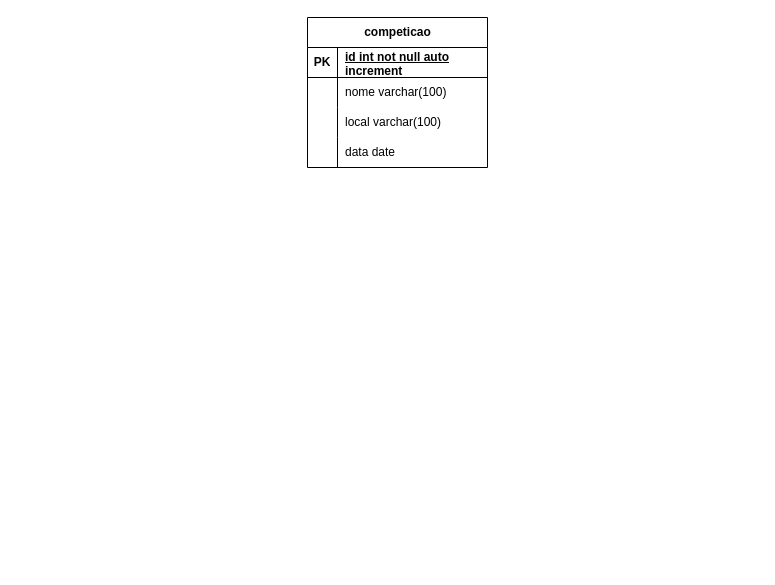
The draw.io diagram Atividades/CompeteSync/competesync.drawio in samueldelorenzi/BancoDeDadosII, before the edit. Source tidied: cells renumbered, new cells numbered last; positions are measured from the earlier drawing's top-left corner, leaving out a move shared by most shapes. Both pictures are drawn from the tidied source at 100%, with x=0, y=0 at pixel (307, 17).
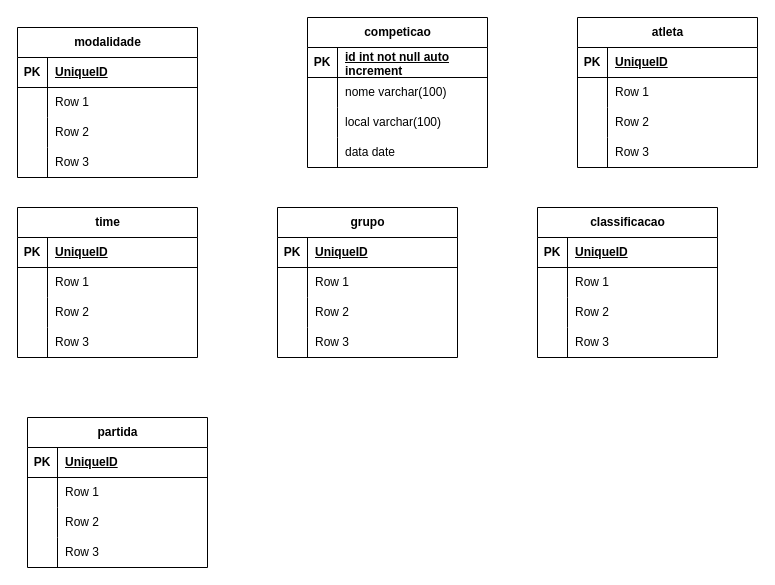
Above is the later version.

The edit, as a diff of the source:
```diff
@@
+    <mxCell id="15" value="modalidade" style="shape=table;startSize=30;childLayout=tableLayout;rowLines=0;fontStyle=1;align=center;html=1;" parent="1" vertex="1">
+      <mxGeometry x="-290" y="10" width="180" height="150" as="geometry" />
+    </mxCell>
+    <mxCell id="16" style="shape=tableRow;horizontal=0;startSize=0;swimlaneHead=0;swimlaneBody=0;fillColor=none;top=0;left=0;right=0;bottom=1;" parent="15" vertex="1">
+      <mxGeometry y="30" width="180" height="30" as="geometry" />
+    </mxCell>
+    <mxCell id="17" value="PK" style="shape=partialRectangle;fillColor=none;top=0;left=0;bottom=0;right=0;fontStyle=1;overflow=hidden;whiteSpace=wrap;html=1;" parent="16" vertex="1">
+      <mxGeometry width="30" height="30" as="geometry" />
+    </mxCell>
+    <mxCell id="18" value="UniqueID" style="shape=partialRectangle;fillColor=none;top=0;left=0;bottom=0;right=0;align=left;spacingLeft=6;fontStyle=5;overflow=hidden;whiteSpace=wrap;html=1;" parent="16" vertex="1">
+      <mxGeometry x="30" width="150" height="30" as="geometry" />
+    </mxCell>
+    <mxCell id="19" style="shape=tableRow;horizontal=0;startSize=0;swimlaneHead=0;swimlaneBody=0;fillColor=none;top=0;left=0;right=0;bottom=0;" parent="15" vertex="1">
+      <mxGeometry y="60" width="180" height="30" as="geometry" />
+    </mxCell>
+    <mxCell id="20" style="shape=partialRectangle;fillColor=none;top=0;left=0;bottom=0;right=0;overflow=hidden;whiteSpace=wrap;html=1;" parent="19" vertex="1">
+      <mxGeometry width="30" height="30" as="geometry" />
+    </mxCell>
+    <mxCell id="21" value="Row 1" style="shape=partialRectangle;fillColor=none;top=0;left=0;bottom=0;right=0;align=left;spacingLeft=6;overflow=hidden;whiteSpace=wrap;html=1;" parent="19" vertex="1">
+      <mxGeometry x="30" width="150" height="30" as="geometry" />
+    </mxCell>
+    <mxCell id="22" style="shape=tableRow;horizontal=0;startSize=0;swimlaneHead=0;swimlaneBody=0;fillColor=none;top=0;left=0;right=0;bottom=0;" parent="15" vertex="1">
+      <mxGeometry y="90" width="180" height="30" as="geometry" />
+    </mxCell>
+    <mxCell id="23" style="shape=partialRectangle;fillColor=none;top=0;left=0;bottom=0;right=0;overflow=hidden;whiteSpace=wrap;html=1;" parent="22" vertex="1">
+      <mxGeometry width="30" height="30" as="geometry" />
+    </mxCell>
+    <mxCell id="24" value="Row 2" style="shape=partialRectangle;fillColor=none;top=0;left=0;bottom=0;right=0;align=left;spacingLeft=6;overflow=hidden;whiteSpace=wrap;html=1;" parent="22" vertex="1">
+      <mxGeometry x="30" width="150" height="30" as="geometry" />
+    </mxCell>
+    <mxCell id="25" style="shape=tableRow;horizontal=0;startSize=0;swimlaneHead=0;swimlaneBody=0;fillColor=none;top=0;left=0;right=0;bottom=0;" parent="15" vertex="1">
+      <mxGeometry y="120" width="180" height="30" as="geometry" />
+    </mxCell>
+    <mxCell id="26" style="shape=partialRectangle;fillColor=none;top=0;left=0;bottom=0;right=0;overflow=hidden;whiteSpace=wrap;html=1;" parent="25" vertex="1">
+      <mxGeometry width="30" height="30" as="geometry" />
+    </mxCell>
+    <mxCell id="27" value="Row 3" style="shape=partialRectangle;fillColor=none;top=0;left=0;bottom=0;right=0;align=left;spacingLeft=6;overflow=hidden;whiteSpace=wrap;html=1;" parent="25" vertex="1">
+      <mxGeometry x="30" width="150" height="30" as="geometry" />
+    </mxCell>
+    <mxCell id="28" value="time" style="shape=table;startSize=30;childLayout=tableLayout;rowLines=0;fontStyle=1;align=center;html=1;" parent="1" vertex="1">
+      <mxGeometry x="-290" y="190" width="180" height="150" as="geometry" />
+    </mxCell>
+    <mxCell id="29" style="shape=tableRow;horizontal=0;startSize=0;swimlaneHead=0;swimlaneBody=0;fillColor=none;top=0;left=0;right=0;bottom=1;" parent="28" vertex="1">
+      <mxGeometry y="30" width="180" height="30" as="geometry" />
+    </mxCell>
+    <mxCell id="30" value="PK" style="shape=partialRectangle;fillColor=none;top=0;left=0;bottom=0;right=0;fontStyle=1;overflow=hidden;whiteSpace=wrap;html=1;" parent="29" vertex="1">
+      <mxGeometry width="30" height="30" as="geometry" />
+    </mxCell>
+    <mxCell id="31" value="UniqueID" style="shape=partialRectangle;fillColor=none;top=0;left=0;bottom=0;right=0;align=left;spacingLeft=6;fontStyle=5;overflow=hidden;whiteSpace=wrap;html=1;" parent="29" vertex="1">
+      <mxGeometry x="30" width="150" height="30" as="geometry" />
+    </mxCell>
+    <mxCell id="32" style="shape=tableRow;horizontal=0;startSize=0;swimlaneHead=0;swimlaneBody=0;fillColor=none;top=0;left=0;right=0;bottom=0;" parent="28" vertex="1">
+      <mxGeometry y="60" width="180" height="30" as="geometry" />
+    </mxCell>
+    <mxCell id="33" style="shape=partialRectangle;fillColor=none;top=0;left=0;bottom=0;right=0;overflow=hidden;whiteSpace=wrap;html=1;" parent="32" vertex="1">
+      <mxGeometry width="30" height="30" as="geometry" />
+    </mxCell>
+    <mxCell id="34" value="Row 1" style="shape=partialRectangle;fillColor=none;top=0;left=0;bottom=0;right=0;align=left;spacingLeft=6;overflow=hidden;whiteSpace=wrap;html=1;" parent="32" vertex="1">
+      <mxGeometry x="30" width="150" height="30" as="geometry" />
+    </mxCell>
+    <mxCell id="35" style="shape=tableRow;horizontal=0;startSize=0;swimlaneHead=0;swimlaneBody=0;fillColor=none;top=0;left=0;right=0;bottom=0;" parent="28" vertex="1">
+      <mxGeometry y="90" width="180" height="30" as="geometry" />
+    </mxCell>
+    <mxCell id="36" style="shape=partialRectangle;fillColor=none;top=0;left=0;bottom=0;right=0;overflow=hidden;whiteSpace=wrap;html=1;" parent="35" vertex="1">
+      <mxGeometry width="30" height="30" as="geometry" />
+    </mxCell>
+    <mxCell id="37" value="Row 2" style="shape=partialRectangle;fillColor=none;top=0;left=0;bottom=0;right=0;align=left;spacingLeft=6;overflow=hidden;whiteSpace=wrap;html=1;" parent="35" vertex="1">
+      <mxGeometry x="30" width="150" height="30" as="geometry" />
+    </mxCell>
+    <mxCell id="38" style="shape=tableRow;horizontal=0;startSize=0;swimlaneHead=0;swimlaneBody=0;fillColor=none;top=0;left=0;right=0;bottom=0;" parent="28" vertex="1">
+      <mxGeometry y="120" width="180" height="30" as="geometry" />
+    </mxCell>
+    <mxCell id="39" style="shape=partialRectangle;fillColor=none;top=0;left=0;bottom=0;right=0;overflow=hidden;whiteSpace=wrap;html=1;" parent="38" vertex="1">
+      <mxGeometry width="30" height="30" as="geometry" />
+    </mxCell>
+    <mxCell id="40" value="Row 3" style="shape=partialRectangle;fillColor=none;top=0;left=0;bottom=0;right=0;align=left;spacingLeft=6;overflow=hidden;whiteSpace=wrap;html=1;" parent="38" vertex="1">
+      <mxGeometry x="30" width="150" height="30" as="geometry" />
+    </mxCell>
+    <mxCell id="41" value="atleta" style="shape=table;startSize=30;childLayout=tableLayout;rowLines=0;fontStyle=1;align=center;html=1;" parent="1" vertex="1">
+      <mxGeometry x="270" width="180" height="150" as="geometry" />
+    </mxCell>
+    <mxCell id="42" style="shape=tableRow;horizontal=0;startSize=0;swimlaneHead=0;swimlaneBody=0;fillColor=none;top=0;left=0;right=0;bottom=1;" parent="41" vertex="1">
+      <mxGeometry y="30" width="180" height="30" as="geometry" />
+    </mxCell>
+    <mxCell id="43" value="PK" style="shape=partialRectangle;fillColor=none;top=0;left=0;bottom=0;right=0;fontStyle=1;overflow=hidden;whiteSpace=wrap;html=1;" parent="42" vertex="1">
+      <mxGeometry width="30" height="30" as="geometry" />
+    </mxCell>
+    <mxCell id="44" value="UniqueID" style="shape=partialRectangle;fillColor=none;top=0;left=0;bottom=0;right=0;align=left;spacingLeft=6;fontStyle=5;overflow=hidden;whiteSpace=wrap;html=1;" parent="42" vertex="1">
+      <mxGeometry x="30" width="150" height="30" as="geometry" />
+    </mxCell>
+    <mxCell id="45" style="shape=tableRow;horizontal=0;startSize=0;swimlaneHead=0;swimlaneBody=0;fillColor=none;top=0;left=0;right=0;bottom=0;" parent="41" vertex="1">
+      <mxGeometry y="60" width="180" height="30" as="geometry" />
+    </mxCell>
+    <mxCell id="46" style="shape=partialRectangle;fillColor=none;top=0;left=0;bottom=0;right=0;overflow=hidden;whiteSpace=wrap;html=1;" parent="45" vertex="1">
+      <mxGeometry width="30" height="30" as="geometry" />
+    </mxCell>
+    <mxCell id="47" value="Row 1" style="shape=partialRectangle;fillColor=none;top=0;left=0;bottom=0;right=0;align=left;spacingLeft=6;overflow=hidden;whiteSpace=wrap;html=1;" parent="45" vertex="1">
+      <mxGeometry x="30" width="150" height="30" as="geometry" />
+    </mxCell>
+    <mxCell id="48" style="shape=tableRow;horizontal=0;startSize=0;swimlaneHead=0;swimlaneBody=0;fillColor=none;top=0;left=0;right=0;bottom=0;" parent="41" vertex="1">
+      <mxGeometry y="90" width="180" height="30" as="geometry" />
+    </mxCell>
+    <mxCell id="49" style="shape=partialRectangle;fillColor=none;top=0;left=0;bottom=0;right=0;overflow=hidden;whiteSpace=wrap;html=1;" parent="48" vertex="1">
+      <mxGeometry width="30" height="30" as="geometry" />
+    </mxCell>
+    <mxCell id="50" value="Row 2" style="shape=partialRectangle;fillColor=none;top=0;left=0;bottom=0;right=0;align=left;spacingLeft=6;overflow=hidden;whiteSpace=wrap;html=1;" parent="48" vertex="1">
+      <mxGeometry x="30" width="150" height="30" as="geometry" />
+    </mxCell>
+    <mxCell id="51" style="shape=tableRow;horizontal=0;startSize=0;swimlaneHead=0;swimlaneBody=0;fillColor=none;top=0;left=0;right=0;bottom=0;" parent="41" vertex="1">
+      <mxGeometry y="120" width="180" height="30" as="geometry" />
+    </mxCell>
+    <mxCell id="52" style="shape=partialRectangle;fillColor=none;top=0;left=0;bottom=0;right=0;overflow=hidden;whiteSpace=wrap;html=1;" parent="51" vertex="1">
+      <mxGeometry width="30" height="30" as="geometry" />
+    </mxCell>
+    <mxCell id="53" value="Row 3" style="shape=partialRectangle;fillColor=none;top=0;left=0;bottom=0;right=0;align=left;spacingLeft=6;overflow=hidden;whiteSpace=wrap;html=1;" parent="51" vertex="1">
+      <mxGeometry x="30" width="150" height="30" as="geometry" />
+    </mxCell>
+    <mxCell id="54" value="grupo" style="shape=table;startSize=30;childLayout=tableLayout;rowLines=0;fontStyle=1;align=center;html=1;" parent="1" vertex="1">
+      <mxGeometry x="-30" y="190" width="180" height="150" as="geometry" />
+    </mxCell>
+    <mxCell id="55" style="shape=tableRow;horizontal=0;startSize=0;swimlaneHead=0;swimlaneBody=0;fillColor=none;top=0;left=0;right=0;bottom=1;" parent="54" vertex="1">
+      <mxGeometry y="30" width="180" height="30" as="geometry" />
+    </mxCell>
+    <mxCell id="56" value="PK" style="shape=partialRectangle;fillColor=none;top=0;left=0;bottom=0;right=0;fontStyle=1;overflow=hidden;whiteSpace=wrap;html=1;" parent="55" vertex="1">
+      <mxGeometry width="30" height="30" as="geometry" />
+    </mxCell>
+    <mxCell id="57" value="UniqueID" style="shape=partialRectangle;fillColor=none;top=0;left=0;bottom=0;right=0;align=left;spacingLeft=6;fontStyle=5;overflow=hidden;whiteSpace=wrap;html=1;" parent="55" vertex="1">
+      <mxGeometry x="30" width="150" height="30" as="geometry" />
+    </mxCell>
+    <mxCell id="58" style="shape=tableRow;horizontal=0;startSize=0;swimlaneHead=0;swimlaneBody=0;fillColor=none;top=0;left=0;right=0;bottom=0;" parent="54" vertex="1">
+      <mxGeometry y="60" width="180" height="30" as="geometry" />
+    </mxCell>
+    <mxCell id="59" style="shape=partialRectangle;fillColor=none;top=0;left=0;bottom=0;right=0;overflow=hidden;whiteSpace=wrap;html=1;" parent="58" vertex="1">
+      <mxGeometry width="30" height="30" as="geometry" />
+    </mxCell>
+    <mxCell id="60" value="Row 1" style="shape=partialRectangle;fillColor=none;top=0;left=0;bottom=0;right=0;align=left;spacingLeft=6;overflow=hidden;whiteSpace=wrap;html=1;" parent="58" vertex="1">
+      <mxGeometry x="30" width="150" height="30" as="geometry" />
+    </mxCell>
+    <mxCell id="61" style="shape=tableRow;horizontal=0;startSize=0;swimlaneHead=0;swimlaneBody=0;fillColor=none;top=0;left=0;right=0;bottom=0;" parent="54" vertex="1">
+      <mxGeometry y="90" width="180" height="30" as="geometry" />
+    </mxCell>
+    <mxCell id="62" style="shape=partialRectangle;fillColor=none;top=0;left=0;bottom=0;right=0;overflow=hidden;whiteSpace=wrap;html=1;" parent="61" vertex="1">
+      <mxGeometry width="30" height="30" as="geometry" />
+    </mxCell>
+    <mxCell id="63" value="Row 2" style="shape=partialRectangle;fillColor=none;top=0;left=0;bottom=0;right=0;align=left;spacingLeft=6;overflow=hidden;whiteSpace=wrap;html=1;" parent="61" vertex="1">
+      <mxGeometry x="30" width="150" height="30" as="geometry" />
+    </mxCell>
+    <mxCell id="64" style="shape=tableRow;horizontal=0;startSize=0;swimlaneHead=0;swimlaneBody=0;fillColor=none;top=0;left=0;right=0;bottom=0;" parent="54" vertex="1">
+      <mxGeometry y="120" width="180" height="30" as="geometry" />
+    </mxCell>
+    <mxCell id="65" style="shape=partialRectangle;fillColor=none;top=0;left=0;bottom=0;right=0;overflow=hidden;whiteSpace=wrap;html=1;" parent="64" vertex="1">
+      <mxGeometry width="30" height="30" as="geometry" />
+    </mxCell>
+    <mxCell id="66" value="Row 3" style="shape=partialRectangle;fillColor=none;top=0;left=0;bottom=0;right=0;align=left;spacingLeft=6;overflow=hidden;whiteSpace=wrap;html=1;" parent="64" vertex="1">
+      <mxGeometry x="30" width="150" height="30" as="geometry" />
+    </mxCell>
+    <mxCell id="67" value="classificacao" style="shape=table;startSize=30;childLayout=tableLayout;rowLines=0;fontStyle=1;align=center;html=1;" parent="1" vertex="1">
+      <mxGeometry x="230" y="190" width="180" height="150" as="geometry" />
+    </mxCell>
+    <mxCell id="68" style="shape=tableRow;horizontal=0;startSize=0;swimlaneHead=0;swimlaneBody=0;fillColor=none;top=0;left=0;right=0;bottom=1;" parent="67" vertex="1">
+      <mxGeometry y="30" width="180" height="30" as="geometry" />
+    </mxCell>
+    <mxCell id="69" value="PK" style="shape=partialRectangle;fillColor=none;top=0;left=0;bottom=0;right=0;fontStyle=1;overflow=hidden;whiteSpace=wrap;html=1;" parent="68" vertex="1">
+      <mxGeometry width="30" height="30" as="geometry" />
+    </mxCell>
+    <mxCell id="70" value="UniqueID" style="shape=partialRectangle;fillColor=none;top=0;left=0;bottom=0;right=0;align=left;spacingLeft=6;fontStyle=5;overflow=hidden;whiteSpace=wrap;html=1;" parent="68" vertex="1">
+      <mxGeometry x="30" width="150" height="30" as="geometry" />
+    </mxCell>
+    <mxCell id="71" style="shape=tableRow;horizontal=0;startSize=0;swimlaneHead=0;swimlaneBody=0;fillColor=none;top=0;left=0;right=0;bottom=0;" parent="67" vertex="1">
+      <mxGeometry y="60" width="180" height="30" as="geometry" />
+    </mxCell>
+    <mxCell id="72" style="shape=partialRectangle;fillColor=none;top=0;left=0;bottom=0;right=0;overflow=hidden;whiteSpace=wrap;html=1;" parent="71" vertex="1">
+      <mxGeometry width="30" height="30" as="geometry" />
+    </mxCell>
+    <mxCell id="73" value="Row 1" style="shape=partialRectangle;fillColor=none;top=0;left=0;bottom=0;right=0;align=left;spacingLeft=6;overflow=hidden;whiteSpace=wrap;html=1;" parent="71" vertex="1">
+      <mxGeometry x="30" width="150" height="30" as="geometry" />
+    </mxCell>
+    <mxCell id="74" style="shape=tableRow;horizontal=0;startSize=0;swimlaneHead=0;swimlaneBody=0;fillColor=none;top=0;left=0;right=0;bottom=0;" parent="67" vertex="1">
+      <mxGeometry y="90" width="180" height="30" as="geometry" />
+    </mxCell>
+    <mxCell id="75" style="shape=partialRectangle;fillColor=none;top=0;left=0;bottom=0;right=0;overflow=hidden;whiteSpace=wrap;html=1;" parent="74" vertex="1">
+      <mxGeometry width="30" height="30" as="geometry" />
+    </mxCell>
+    <mxCell id="76" value="Row 2" style="shape=partialRectangle;fillColor=none;top=0;left=0;bottom=0;right=0;align=left;spacingLeft=6;overflow=hidden;whiteSpace=wrap;html=1;" parent="74" vertex="1">
+      <mxGeometry x="30" width="150" height="30" as="geometry" />
+    </mxCell>
+    <mxCell id="77" style="shape=tableRow;horizontal=0;startSize=0;swimlaneHead=0;swimlaneBody=0;fillColor=none;top=0;left=0;right=0;bottom=0;" parent="67" vertex="1">
+      <mxGeometry y="120" width="180" height="30" as="geometry" />
+    </mxCell>
+    <mxCell id="78" style="shape=partialRectangle;fillColor=none;top=0;left=0;bottom=0;right=0;overflow=hidden;whiteSpace=wrap;html=1;" parent="77" vertex="1">
+      <mxGeometry width="30" height="30" as="geometry" />
+    </mxCell>
+    <mxCell id="79" value="Row 3" style="shape=partialRectangle;fillColor=none;top=0;left=0;bottom=0;right=0;align=left;spacingLeft=6;overflow=hidden;whiteSpace=wrap;html=1;" parent="77" vertex="1">
+      <mxGeometry x="30" width="150" height="30" as="geometry" />
+    </mxCell>
+    <mxCell id="80" value="partida" style="shape=table;startSize=30;childLayout=tableLayout;rowLines=0;fontStyle=1;align=center;html=1;" parent="1" vertex="1">
+      <mxGeometry x="-280" y="400" width="180" height="150" as="geometry" />
+    </mxCell>
+    <mxCell id="81" style="shape=tableRow;horizontal=0;startSize=0;swimlaneHead=0;swimlaneBody=0;fillColor=none;top=0;left=0;right=0;bottom=1;" parent="80" vertex="1">
+      <mxGeometry y="30" width="180" height="30" as="geometry" />
+    </mxCell>
+    <mxCell id="82" value="PK" style="shape=partialRectangle;fillColor=none;top=0;left=0;bottom=0;right=0;fontStyle=1;overflow=hidden;whiteSpace=wrap;html=1;" parent="81" vertex="1">
+      <mxGeometry width="30" height="30" as="geometry" />
+    </mxCell>
+    <mxCell id="83" value="UniqueID" style="shape=partialRectangle;fillColor=none;top=0;left=0;bottom=0;right=0;align=left;spacingLeft=6;fontStyle=5;overflow=hidden;whiteSpace=wrap;html=1;" parent="81" vertex="1">
+      <mxGeometry x="30" width="150" height="30" as="geometry" />
+    </mxCell>
+    <mxCell id="84" style="shape=tableRow;horizontal=0;startSize=0;swimlaneHead=0;swimlaneBody=0;fillColor=none;top=0;left=0;right=0;bottom=0;" parent="80" vertex="1">
+      <mxGeometry y="60" width="180" height="30" as="geometry" />
+    </mxCell>
+    <mxCell id="85" style="shape=partialRectangle;fillColor=none;top=0;left=0;bottom=0;right=0;overflow=hidden;whiteSpace=wrap;html=1;" parent="84" vertex="1">
+      <mxGeometry width="30" height="30" as="geometry" />
+    </mxCell>
+    <mxCell id="86" value="Row 1" style="shape=partialRectangle;fillColor=none;top=0;left=0;bottom=0;right=0;align=left;spacingLeft=6;overflow=hidden;whiteSpace=wrap;html=1;" parent="84" vertex="1">
+      <mxGeometry x="30" width="150" height="30" as="geometry" />
+    </mxCell>
+    <mxCell id="87" style="shape=tableRow;horizontal=0;startSize=0;swimlaneHead=0;swimlaneBody=0;fillColor=none;top=0;left=0;right=0;bottom=0;" parent="80" vertex="1">
+      <mxGeometry y="90" width="180" height="30" as="geometry" />
+    </mxCell>
+    <mxCell id="88" style="shape=partialRectangle;fillColor=none;top=0;left=0;bottom=0;right=0;overflow=hidden;whiteSpace=wrap;html=1;" parent="87" vertex="1">
+      <mxGeometry width="30" height="30" as="geometry" />
+    </mxCell>
+    <mxCell id="89" value="Row 2" style="shape=partialRectangle;fillColor=none;top=0;left=0;bottom=0;right=0;align=left;spacingLeft=6;overflow=hidden;whiteSpace=wrap;html=1;" parent="87" vertex="1">
+      <mxGeometry x="30" width="150" height="30" as="geometry" />
+    </mxCell>
+    <mxCell id="90" style="shape=tableRow;horizontal=0;startSize=0;swimlaneHead=0;swimlaneBody=0;fillColor=none;top=0;left=0;right=0;bottom=0;" parent="80" vertex="1">
+      <mxGeometry y="120" width="180" height="30" as="geometry" />
+    </mxCell>
+    <mxCell id="91" style="shape=partialRectangle;fillColor=none;top=0;left=0;bottom=0;right=0;overflow=hidden;whiteSpace=wrap;html=1;" parent="90" vertex="1">
+      <mxGeometry width="30" height="30" as="geometry" />
+    </mxCell>
+    <mxCell id="92" value="Row 3" style="shape=partialRectangle;fillColor=none;top=0;left=0;bottom=0;right=0;align=left;spacingLeft=6;overflow=hidden;whiteSpace=wrap;html=1;" parent="90" vertex="1">
+      <mxGeometry x="30" width="150" height="30" as="geometry" />
+    </mxCell>
```
